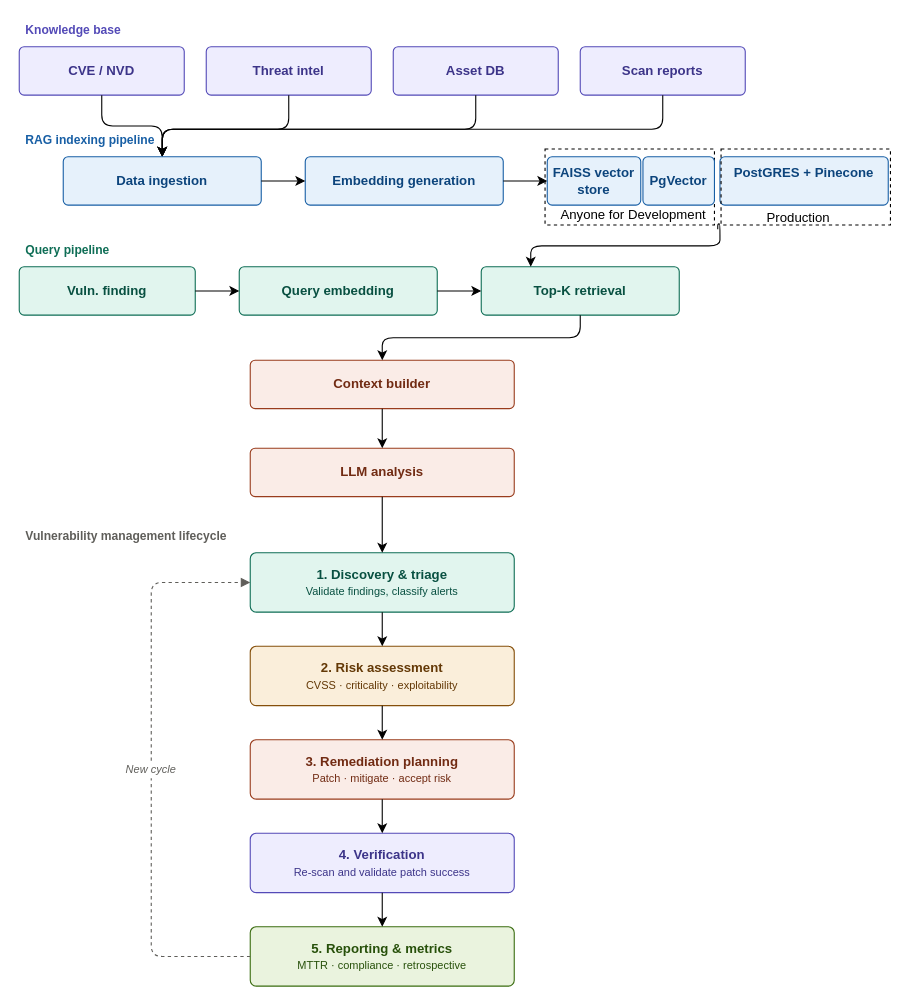
Before: page "Copy of Vulnerability RAG Pipeline" (3 of 5) of Flowcharts/vulnerability_rag_pipeline _edit.drawio in arun108neel/Project1, a draw.io diagram. Source tidied: cells renumbered, new cells numbered last; positions are measured from the earlier drawing's top-left corner, leaving out a move shared by most shapes. Both pictures are drawn from the tidied source at 110%, with x=0, y=0 at pixel (19, 19).
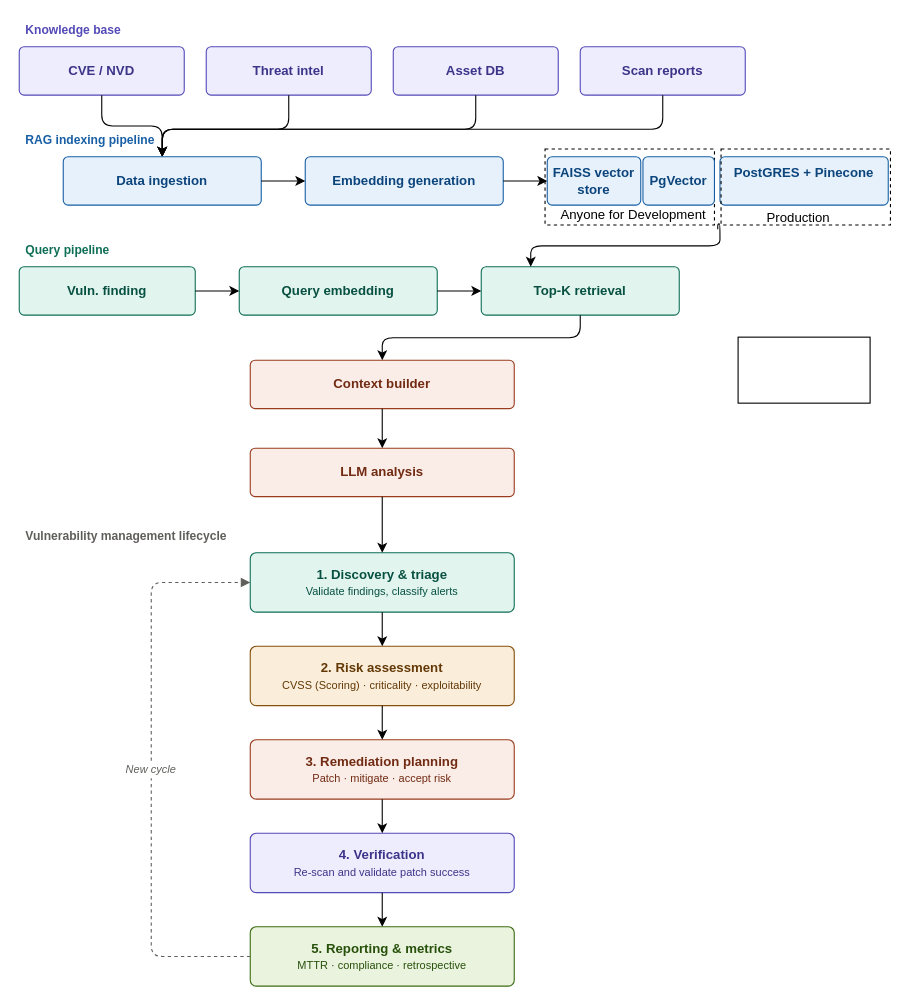
Above is the later version.

The edit, as a diff of the source:
```diff
@@
-    <mxCell id="31" value="&lt;b&gt;2. Risk assessment&lt;/b&gt;&lt;br&gt;&lt;font style='font-size:10px'&gt;CVSS · criticality · exploitability&lt;/font&gt;" style="rounded=1;whiteSpace=wrap;html=1;fillColor=#FAEEDA;strokeColor=#854F0B;fontColor=#633806;fontSize=12;arcSize=10;" parent="1" vertex="1">
+    <mxCell id="31" value="&lt;b&gt;2. Risk assessment&lt;/b&gt;&lt;br&gt;&lt;font style=&quot;font-size:10px&quot;&gt;CVSS (Scoring) · criticality · exploitability&lt;/font&gt;" style="rounded=1;whiteSpace=wrap;html=1;fillColor=#FAEEDA;strokeColor=#854F0B;fontColor=#633806;fontSize=12;arcSize=10;" parent="1" vertex="1">
       <mxGeometry x="210" y="570" width="240" height="54" as="geometry" />
     </mxCell>
@@
+    <mxCell id="46" style="whiteSpace=wrap;html=1;" parent="1" vertex="1">
+      <mxGeometry x="653.5" y="289" width="120" height="60" as="geometry" />
+    </mxCell>
```
